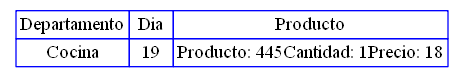
Earlier version of the Graphviz export Proyecto1EDD/Alcala, Castañeda y Castañeda Asociados-4-2021-Pedidos.png (JOSE6755/EDD_FASE2). Its source is kept beside it as Proyecto1EDD/Alcala, Castañeda y Castañeda Asociados-4-2021-Pedidos.dot.
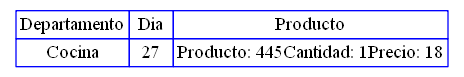
The same diagram one commit later.

The edit, as a diff of the source:
```diff
@@ -6,7 +6,7 @@
 <tr> <td>Departamento</td> <td> Dia </td> <td>Producto</td></tr>
 <tr>
 <td>Cocina</td>
-<td>19</td>
+<td>27</td>
 <td>Producto: 445
 Cantidad: 1
 Precio: 18</td>
```
